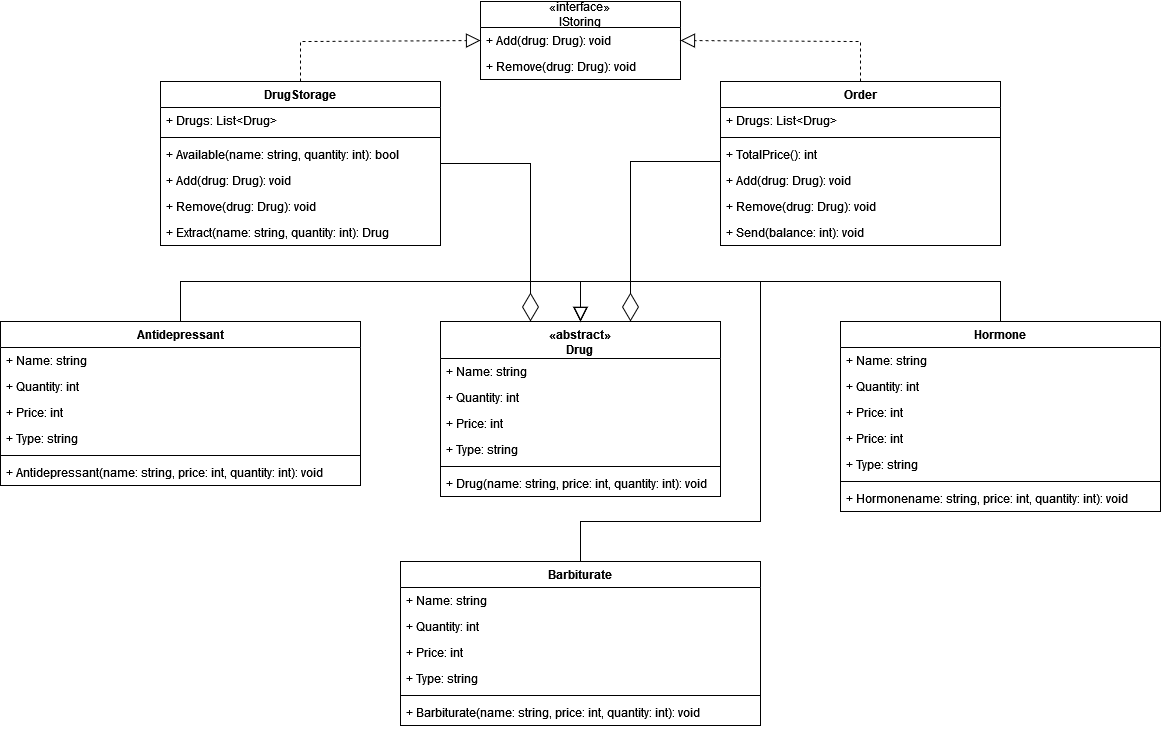
Before: OOP/cursed/report/images/diagram_1.png, a diagram exported from draw.io (Gregory-hub/leti). Source tidied: cells renumbered, new cells last; positions are measured from the earlier drawing's top-left corner, leaving out a move shared by most shapes.
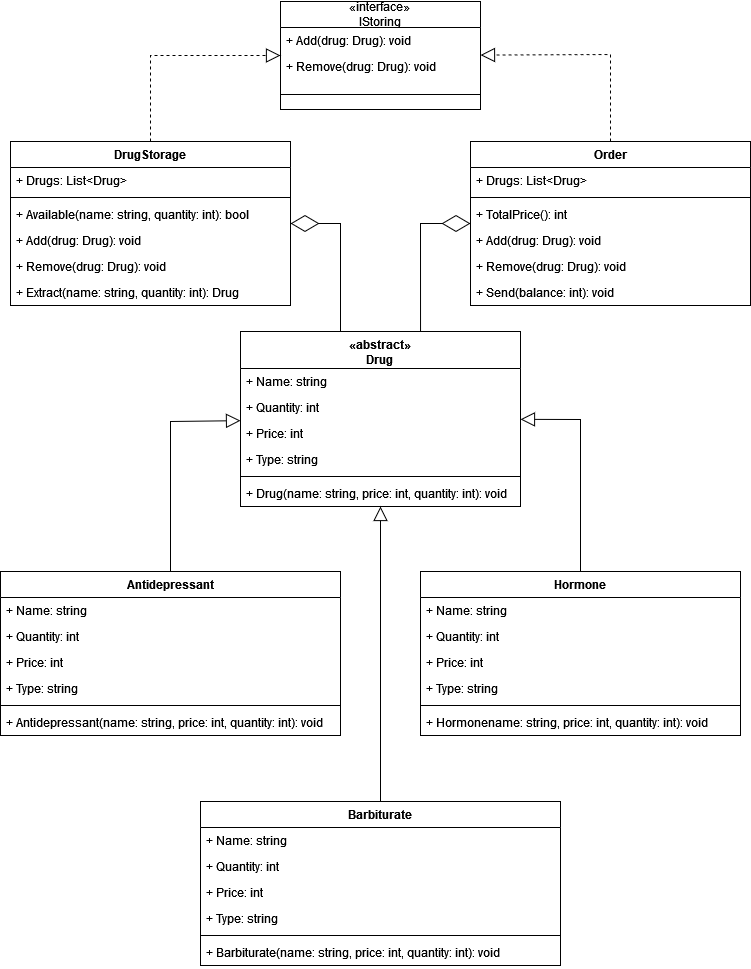
Above is the later version.

The edit, as a diff of the source:
```diff
@@ -3,7 +3,7 @@
     <mxCell id="0" />
     <mxCell id="1" parent="0" />
     <mxCell id="2" value="&lt;div&gt;«interface»&lt;br&gt;&lt;b&gt;&lt;/b&gt;&lt;/div&gt;&lt;div&gt;IStoring&lt;/div&gt;" style="swimlane;fontStyle=0;horizontal=1;startSize=26;fillColor=none;whiteSpace=wrap;html=1;" parent="1" vertex="1">
-      <mxGeometry x="480" width="200" height="78" as="geometry" />
+      <mxGeometry x="480" y="-10" width="200" height="108" as="geometry" />
     </mxCell>
     <mxCell id="3" value="&lt;div&gt;+ Add(drug: Drug): void&lt;/div&gt;" style="text;strokeColor=none;fillColor=none;align=left;verticalAlign=top;spacingLeft=4;spacingRight=4;overflow=hidden;points=[[0,0.5],[1,0.5]];portConstraint=eastwest;whiteSpace=wrap;html=1;" parent="2" vertex="1">
       <mxGeometry y="26" width="200" height="26" as="geometry" />
@@ -11,8 +11,11 @@
     <mxCell id="4" value="&lt;div&gt;+ Remove(drug: Drug): void&lt;/div&gt;&lt;div&gt;&lt;br&gt;&lt;/div&gt;" style="text;strokeColor=none;fillColor=none;align=left;verticalAlign=top;spacingLeft=4;spacingRight=4;overflow=hidden;whiteSpace=wrap;html=1;" parent="2" vertex="1">
       <mxGeometry y="52" width="200" height="26" as="geometry" />
     </mxCell>
+    <mxCell id="55" style="line;strokeWidth=1;fillColor=none;align=left;verticalAlign=middle;spacingTop=-1;spacingLeft=3;spacingRight=3;labelPosition=right;strokeColor=inherit;" parent="2" vertex="1">
+      <mxGeometry y="78" width="200" height="30" as="geometry" />
+    </mxCell>
     <mxCell id="5" value="DrugStorage" style="swimlane;fontStyle=1;align=center;verticalAlign=top;horizontal=1;startSize=26;whiteSpace=wrap;html=1;" parent="1" vertex="1">
-      <mxGeometry x="160" y="80" width="280" height="164" as="geometry" />
+      <mxGeometry x="210" y="130" width="280" height="164" as="geometry" />
     </mxCell>
     <mxCell id="6" value="+ Drugs: List&amp;lt;Drug&amp;gt;" style="text;strokeColor=none;fillColor=none;align=left;verticalAlign=top;spacingLeft=4;spacingRight=4;overflow=hidden;whiteSpace=wrap;html=1;" parent="5" vertex="1">
       <mxGeometry y="26" width="280" height="26" as="geometry" />
@@ -33,7 +36,7 @@
       <mxGeometry y="138" width="280" height="26" as="geometry" />
     </mxCell>
     <mxCell id="12" value="Order" style="swimlane;fontStyle=1;align=center;verticalAlign=top;horizontal=1;startSize=26;whiteSpace=wrap;html=1;" parent="1" vertex="1">
-      <mxGeometry x="720" y="80" width="280" height="164" as="geometry" />
+      <mxGeometry x="670" y="130" width="280" height="164" as="geometry" />
     </mxCell>
     <mxCell id="13" value="+ Drugs: List&amp;lt;Drug&amp;gt;" style="text;strokeColor=none;fillColor=none;align=left;verticalAlign=top;spacingLeft=4;spacingRight=4;overflow=hidden;whiteSpace=wrap;html=1;" parent="12" vertex="1">
       <mxGeometry y="26" width="280" height="26" as="geometry" />
@@ -75,7 +78,7 @@
       <mxGeometry y="149" width="280" height="26" as="geometry" />
     </mxCell>
     <mxCell id="26" value="Hormone" style="swimlane;fontStyle=1;align=center;verticalAlign=top;horizontal=1;startSize=26;whiteSpace=wrap;html=1;" parent="1" vertex="1">
-      <mxGeometry x="840" y="320" width="320" height="190" as="geometry" />
+      <mxGeometry x="620" y="560" width="320" height="164" as="geometry" />
     </mxCell>
     <mxCell id="27" value="+ Name: string" style="text;strokeColor=none;fillColor=none;align=left;verticalAlign=top;spacingLeft=4;spacingRight=4;overflow=hidden;whiteSpace=wrap;html=1;" parent="26" vertex="1">
       <mxGeometry y="26" width="320" height="26" as="geometry" />
@@ -86,20 +89,17 @@
     <mxCell id="29" value="+ Price: int" style="text;strokeColor=none;fillColor=none;align=left;verticalAlign=top;spacingLeft=4;spacingRight=4;overflow=hidden;whiteSpace=wrap;html=1;" parent="26" vertex="1">
       <mxGeometry y="78" width="320" height="26" as="geometry" />
     </mxCell>
-    <mxCell id="30" value="+ Price: int" style="text;strokeColor=none;fillColor=none;align=left;verticalAlign=top;spacingLeft=4;spacingRight=4;overflow=hidden;whiteSpace=wrap;html=1;" parent="26" vertex="1">
-      <mxGeometry y="104" width="320" height="26" as="geometry" />
-    </mxCell>
     <mxCell id="31" value="+ Type: string" style="text;strokeColor=none;fillColor=none;align=left;verticalAlign=top;spacingLeft=4;spacingRight=4;overflow=hidden;whiteSpace=wrap;html=1;" parent="26" vertex="1">
-      <mxGeometry y="130" width="320" height="26" as="geometry" />
+      <mxGeometry y="104" width="320" height="26" as="geometry" />
     </mxCell>
     <mxCell id="32" style="line;strokeWidth=1;fillColor=none;align=left;verticalAlign=middle;spacingTop=-1;spacingLeft=3;spacingRight=3;labelPosition=right;strokeColor=inherit;" parent="26" vertex="1">
-      <mxGeometry y="156" width="320" height="8" as="geometry" />
+      <mxGeometry y="130" width="320" height="8" as="geometry" />
     </mxCell>
     <mxCell id="33" value="+ Hormonename: string, price: int, quantity: int): void" style="text;strokeColor=none;fillColor=none;align=left;verticalAlign=top;spacingLeft=4;spacingRight=4;overflow=hidden;whiteSpace=wrap;html=1;" parent="26" vertex="1">
-      <mxGeometry y="164" width="320" height="26" as="geometry" />
+      <mxGeometry y="138" width="320" height="26" as="geometry" />
     </mxCell>
     <mxCell id="34" value="Barbiturate" style="swimlane;fontStyle=1;align=center;verticalAlign=top;horizontal=1;startSize=26;whiteSpace=wrap;html=1;" parent="1" vertex="1">
-      <mxGeometry x="400" y="560" width="360" height="164" as="geometry" />
+      <mxGeometry x="400" y="790" width="360" height="164" as="geometry" />
     </mxCell>
     <mxCell id="35" value="+ Name: string" style="text;strokeColor=none;fillColor=none;align=left;verticalAlign=top;spacingLeft=4;spacingRight=4;overflow=hidden;whiteSpace=wrap;html=1;" parent="34" vertex="1">
       <mxGeometry y="26" width="360" height="26" as="geometry" />
@@ -120,83 +120,71 @@
       <mxGeometry y="138" width="360" height="26" as="geometry" />
     </mxCell>
     <mxCell id="41" value="Antidepressant" style="swimlane;fontStyle=1;align=center;verticalAlign=top;horizontal=1;startSize=26;whiteSpace=wrap;html=1;" parent="1" vertex="1">
-      <mxGeometry y="320" width="360" height="164" as="geometry" />
+      <mxGeometry x="200" y="560" width="340" height="164" as="geometry" />
     </mxCell>
     <mxCell id="42" value="+ Name: string" style="text;strokeColor=none;fillColor=none;align=left;verticalAlign=top;spacingLeft=4;spacingRight=4;overflow=hidden;whiteSpace=wrap;html=1;" parent="41" vertex="1">
-      <mxGeometry y="26" width="360" height="26" as="geometry" />
+      <mxGeometry y="26" width="340" height="26" as="geometry" />
     </mxCell>
     <mxCell id="43" value="+ Quantity: int" style="text;strokeColor=none;fillColor=none;align=left;verticalAlign=top;spacingLeft=4;spacingRight=4;overflow=hidden;whiteSpace=wrap;html=1;" parent="41" vertex="1">
-      <mxGeometry y="52" width="360" height="26" as="geometry" />
+      <mxGeometry y="52" width="340" height="26" as="geometry" />
     </mxCell>
     <mxCell id="44" value="+ Price: int" style="text;strokeColor=none;fillColor=none;align=left;verticalAlign=top;spacingLeft=4;spacingRight=4;overflow=hidden;whiteSpace=wrap;html=1;" parent="41" vertex="1">
-      <mxGeometry y="78" width="360" height="26" as="geometry" />
+      <mxGeometry y="78" width="340" height="26" as="geometry" />
     </mxCell>
     <mxCell id="45" value="+ Type: string" style="text;strokeColor=none;fillColor=none;align=left;verticalAlign=top;spacingLeft=4;spacingRight=4;overflow=hidden;whiteSpace=wrap;html=1;" parent="41" vertex="1">
-      <mxGeometry y="104" width="360" height="26" as="geometry" />
+      <mxGeometry y="104" width="340" height="26" as="geometry" />
     </mxCell>
     <mxCell id="46" style="line;strokeWidth=1;fillColor=none;align=left;verticalAlign=middle;spacingTop=-1;spacingLeft=3;spacingRight=3;labelPosition=right;strokeColor=inherit;" parent="41" vertex="1">
-      <mxGeometry y="130" width="360" height="8" as="geometry" />
+      <mxGeometry y="130" width="340" height="8" as="geometry" />
     </mxCell>
     <mxCell id="47" value="+ Antidepressant(name: string, price: int, quantity: int): void" style="text;strokeColor=none;fillColor=none;align=left;verticalAlign=top;spacingLeft=4;spacingRight=4;overflow=hidden;whiteSpace=wrap;html=1;" parent="41" vertex="1">
-      <mxGeometry y="138" width="360" height="26" as="geometry" />
+      <mxGeometry y="138" width="340" height="26" as="geometry" />
     </mxCell>
     <mxCell id="48" style="endArrow=block;dashed=1;endFill=0;endSize=12;html=1;rounded=0;entryX=0;entryY=0.5;entryDx=0;entryDy=0;exitX=0.5;exitY=0;exitDx=0;exitDy=0;" parent="1" edge="1" source="5" target="2">
       <mxGeometry relative="1" as="geometry">
         <Array as="points">
-          <mxPoint x="300" y="40" />
+          <mxPoint x="350" y="44" />
         </Array>
       </mxGeometry>
     </mxCell>
-    <mxCell id="49" style="endArrow=block;dashed=1;endFill=0;endSize=12;html=1;rounded=0;entryX=1;entryY=0.5;entryDx=0;entryDy=0;exitX=0.5;exitY=0;exitDx=0;exitDy=0;" parent="1" edge="1" source="12" target="3">
+    <mxCell id="49" style="endArrow=block;dashed=1;endFill=0;endSize=12;html=1;rounded=0;exitX=0.5;exitY=0;exitDx=0;exitDy=0;" parent="1" edge="1" source="12" target="2">
       <mxGeometry relative="1" as="geometry">
         <Array as="points">
-          <mxPoint x="860" y="40" />
+          <mxPoint x="810" y="43" />
         </Array>
       </mxGeometry>
     </mxCell>
-    <mxCell id="50" style="endArrow=block;html=1;rounded=0;exitX=0.5;exitY=0;exitDx=0;exitDy=0;entryX=0.5;entryY=0;entryDx=0;entryDy=0;endFill=0;endSize=12;" parent="1" edge="1" source="41" target="19">
+    <mxCell id="50" style="endArrow=block;html=1;rounded=0;exitX=0.5;exitY=0;exitDx=0;exitDy=0;endFill=0;endSize=12;" parent="1" edge="1" source="41" target="19">
       <mxGeometry relative="1" as="geometry">
         <Array as="points">
-          <mxPoint x="180" y="280" />
-          <mxPoint x="580" y="280" />
+          <mxPoint x="370" y="410" />
         </Array>
       </mxGeometry>
     </mxCell>
-    <mxCell id="51" style="endArrow=block;html=1;rounded=0;entryX=0.5;entryY=0;entryDx=0;entryDy=0;exitX=0.5;exitY=0;exitDx=0;exitDy=0;endFill=0;startSize=6;endSize=12;" parent="1" edge="1" source="26" target="19">
+    <mxCell id="51" style="endArrow=block;html=1;rounded=0;exitX=0.5;exitY=0;exitDx=0;exitDy=0;endFill=0;startSize=6;endSize=12;" parent="1" edge="1" source="26" target="19">
       <mxGeometry relative="1" as="geometry">
         <Array as="points">
-          <mxPoint x="1000" y="280" />
-          <mxPoint x="580" y="280" />
+          <mxPoint x="780" y="408" />
         </Array>
       </mxGeometry>
     </mxCell>
-    <mxCell id="52" style="endArrow=block;html=1;rounded=0;entryX=0.5;entryY=0;entryDx=0;entryDy=0;endFill=0;endSize=12;" parent="1" edge="1" target="19">
-      <mxGeometry relative="1" as="geometry">
-        <mxPoint x="580" y="560" as="sourcePoint" />
-        <Array as="points">
-          <mxPoint x="580" y="520" />
-          <mxPoint x="760" y="520" />
-          <mxPoint x="760" y="280" />
-          <mxPoint x="580" y="280" />
-        </Array>
-      </mxGeometry>
+    <mxCell id="52" style="endArrow=block;html=1;rounded=0;endFill=0;endSize=12;" parent="1" edge="1" source="34" target="19">
+      <mxGeometry relative="1" as="geometry" />
     </mxCell>
+    <mxCell id="54" style="endArrow=diamondThin;html=1;rounded=0;strokeWidth=1;endSize=26;endFill=0;" parent="1" edge="1" target="5">
+      <mxGeometry relative="1" as="geometry">
+        <mxPoint x="540" y="320" as="sourcePoint" />
+        <Array as="points">
+          <mxPoint x="540" y="212" />
+        </Array>
+      </mxGeometry>
+    </mxCell>
-    <mxCell id="53" style="endArrow=diamondThin;html=1;rounded=0;strokeWidth=1;endSize=26;endFill=0;" parent="1" edge="1">
+    <mxCell id="53" style="endArrow=diamondThin;html=1;rounded=0;strokeWidth=1;endSize=26;endFill=0;exitX=0.643;exitY=0.002;exitDx=0;exitDy=0;exitPerimeter=0;" parent="1" edge="1" source="19" target="12">
       <mxGeometry relative="1" as="geometry">
-        <mxPoint x="720" y="160" as="sourcePoint" />
-        <mxPoint x="630" y="320" as="targetPoint" />
         <Array as="points">
-          <mxPoint x="630" y="160" />
+          <mxPoint x="620" y="212" />
         </Array>
       </mxGeometry>
     </mxCell>
-    <mxCell id="54" style="endArrow=diamondThin;html=1;rounded=0;strokeWidth=1;endSize=26;endFill=0;" parent="1" edge="1" source="5">
-      <mxGeometry relative="1" as="geometry">
-        <mxPoint x="530" y="320" as="targetPoint" />
-        <Array as="points">
-          <mxPoint x="530" y="162" />
-        </Array>
-      </mxGeometry>
-    </mxCell>
   </root>
 </mxGraphModel>
```
